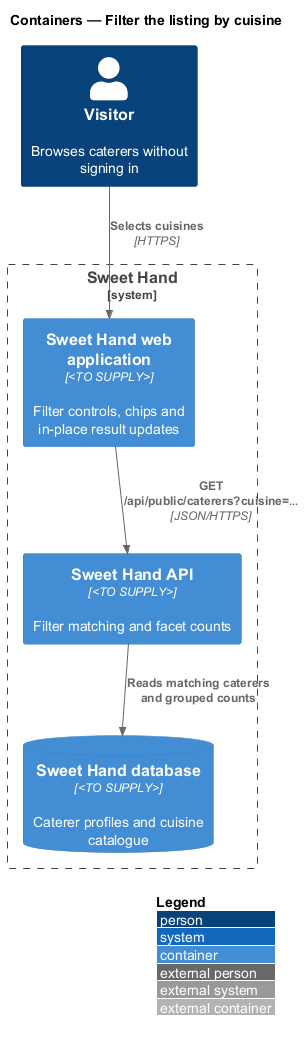
The PlantUML diagram docs/detailed-designs/discovery/filter-by-cuisine/diagrams/c4-container.png in QuinntyneBrown/sweet-hand, before a commit. Its diagram source:
```plantuml
@startuml
!include <C4/C4_Container>
LAYOUT_WITH_LEGEND()
title Containers — Filter the listing by cuisine

Person(visitor, "Visitor", "Browses caterers without signing in")
System_Boundary(sweethand, "Sweet Hand") {
  Container(web, "Sweet Hand web application", "<TO SUPPLY>", "Filter controls, chips and in-place result updates")
  Container(api, "Sweet Hand API", "<TO SUPPLY>", "Filter matching and facet counts")
  ContainerDb(db, "Sweet Hand database", "<TO SUPPLY>", "Caterer profiles and cuisine catalogue")
}
Rel(visitor, web, "Selects cuisines", "HTTPS")
Rel(web, api, "GET /api/public/caterers?cuisine=…", "JSON/HTTPS")
Rel(api, db, "Reads matching caterers and grouped counts")
@enduml
```
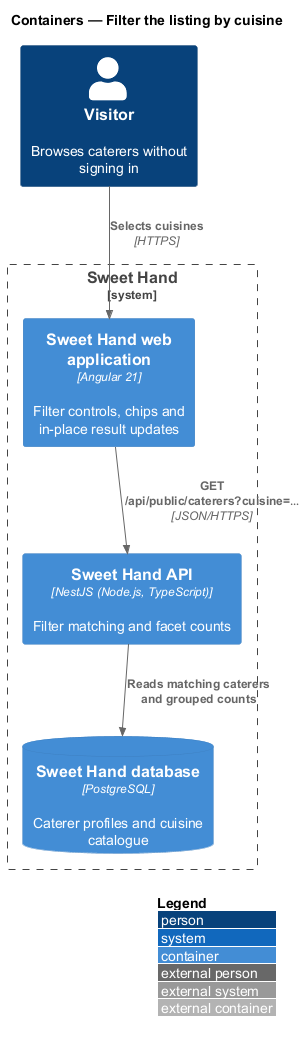
After the change.

The edit, as a diff of the source:
```diff
@@ -5,9 +5,9 @@
 
 Person(visitor, "Visitor", "Browses caterers without signing in")
 System_Boundary(sweethand, "Sweet Hand") {
-  Container(web, "Sweet Hand web application", "<TO SUPPLY>", "Filter controls, chips and in-place result updates")
-  Container(api, "Sweet Hand API", "<TO SUPPLY>", "Filter matching and facet counts")
-  ContainerDb(db, "Sweet Hand database", "<TO SUPPLY>", "Caterer profiles and cuisine catalogue")
+  Container(web, "Sweet Hand web application", "Angular 21", "Filter controls, chips and in-place result updates")
+  Container(api, "Sweet Hand API", "NestJS (Node.js, TypeScript)", "Filter matching and facet counts")
+  ContainerDb(db, "Sweet Hand database", "PostgreSQL", "Caterer profiles and cuisine catalogue")
 }
 Rel(visitor, web, "Selects cuisines", "HTTPS")
 Rel(web, api, "GET /api/public/caterers?cuisine=…", "JSON/HTTPS")
```
